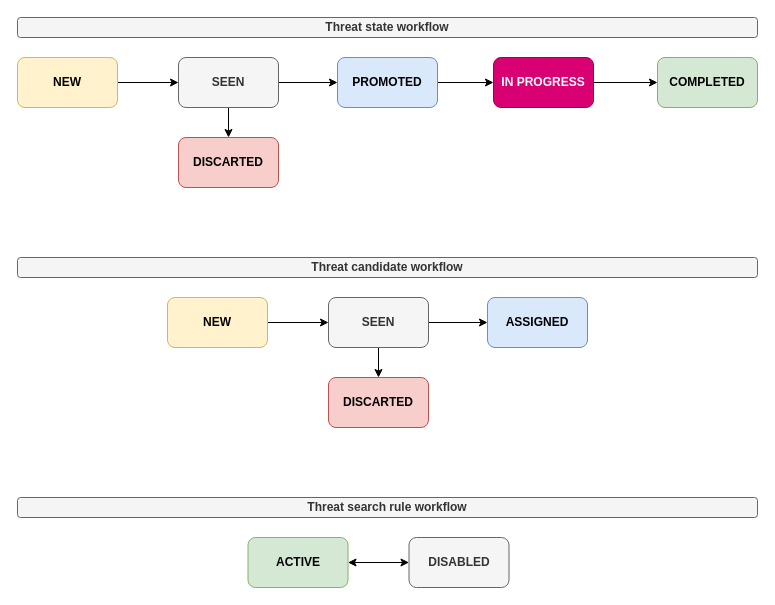
The draw.io diagram Untitled Diagram.drawio in pavrda/draw, before the edit. Source tidied: cells renumbered, new cells numbered last; positions are measured from the earlier drawing's top-left corner, leaving out a move shared by most shapes. Both pictures are drawn from the tidied source at 100%, with x=0, y=0 at pixel (17, 17).
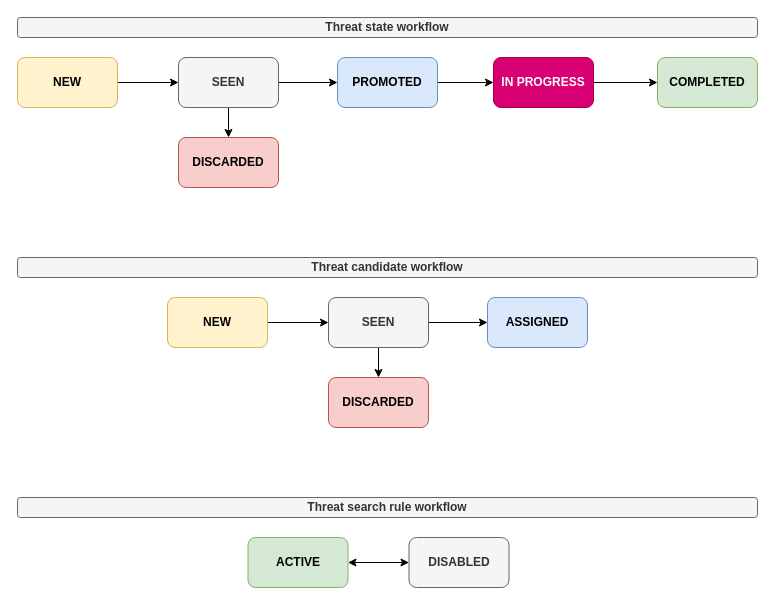
After the change.

The edit, as a diff of the source:
```diff
@@
-    <mxCell id="7" value="&lt;b&gt;DISCARTED&lt;/b&gt;" style="rounded=1;whiteSpace=wrap;html=1;fillColor=#f8cecc;strokeColor=#b85450;" parent="1" vertex="1">
+    <mxCell id="7" value="&lt;b&gt;DISCARDED&lt;/b&gt;" style="rounded=1;whiteSpace=wrap;html=1;fillColor=#f8cecc;strokeColor=#b85450;" parent="1" vertex="1">
       <mxGeometry x="161" y="120" width="100" height="50" as="geometry" />
     </mxCell>
@@
-    <mxCell id="20" value="&lt;b&gt;DISCARTED&lt;/b&gt;" style="rounded=1;whiteSpace=wrap;html=1;fillColor=#f8cecc;strokeColor=#b85450;" parent="1" vertex="1">
+    <mxCell id="20" value="&lt;b&gt;DISCARDED&lt;/b&gt;" style="rounded=1;whiteSpace=wrap;html=1;fillColor=#f8cecc;strokeColor=#b85450;" parent="1" vertex="1">
       <mxGeometry x="311" y="360" width="100" height="50" as="geometry" />
     </mxCell>
```
